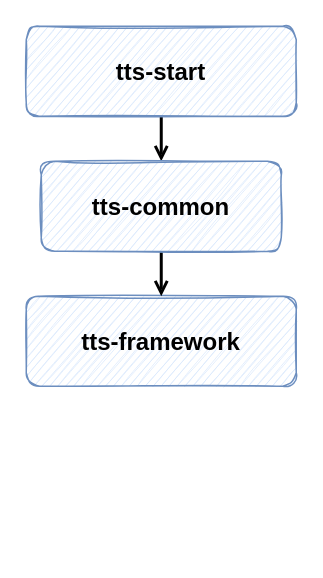
Before: images/新tts依赖关系.drawio in FangYuan33/transportation-track-system, a draw.io diagram. Source tidied: cells renumbered, new cells numbered last; positions are measured from the earlier drawing's top-left corner, leaving out a move shared by most shapes. Both pictures are drawn from the tidied source at 150%, with x=0, y=0 at pixel (26, 26).
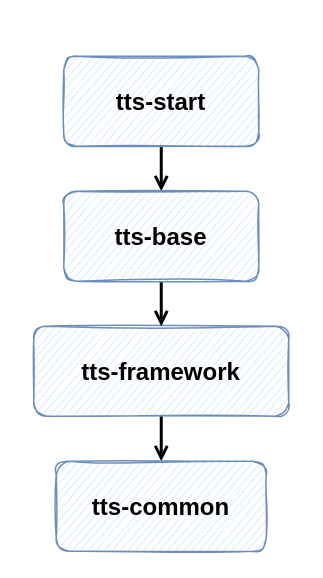
The same page after the edit.

Diff of the diagram source:
```diff
@@
 <mxGraphModel>
   <root>
     <mxCell id="0" />
     <mxCell id="1" parent="0" />
-    <mxCell id="2" style="edgeStyle=orthogonalEdgeStyle;rounded=0;jettySize=auto;html=1;strokeWidth=2;endArrow=open;endFill=0;" parent="1" edge="1" source="3" target="6">
-      <mxGeometry relative="1" as="geometry" />
-    </mxCell>
+    <mxCell id="7" style="edgeStyle=orthogonalEdgeStyle;rounded=0;jettySize=auto;html=1;strokeWidth=2;endArrow=open;endFill=0;" parent="1" edge="1" source="3" target="10">
+      <mxGeometry relative="1" as="geometry" />
+    </mxCell>
     <mxCell id="3" value="&lt;font style=&quot;font-size: 16px;&quot;&gt;&lt;b&gt;tts-start&lt;/b&gt;&lt;/font&gt;" style="rounded=1;whiteSpace=wrap;html=1;sketch=1;fillColor=#dae8fc;strokeColor=#6c8ebf;" parent="1" vertex="1">
-      <mxGeometry width="180" height="60" as="geometry" />
+      <mxGeometry x="25" y="20" width="130" height="60" as="geometry" />
     </mxCell>
+    <mxCell id="8" style="edgeStyle=orthogonalEdgeStyle;rounded=0;jettySize=auto;html=1;endArrow=open;endFill=0;strokeWidth=2;" parent="1" edge="1" source="4" target="6">
+      <mxGeometry relative="1" as="geometry" />
+    </mxCell>
     <mxCell id="4" value="&lt;font style=&quot;font-size: 16px;&quot;&gt;&lt;b&gt;tts-framework&lt;/b&gt;&lt;/font&gt;" style="rounded=1;whiteSpace=wrap;html=1;sketch=1;fillColor=#dae8fc;strokeColor=#6c8ebf;" parent="1" vertex="1">
-      <mxGeometry y="180" width="180" height="60" as="geometry" />
+      <mxGeometry x="5" y="200" width="170" height="60" as="geometry" />
     </mxCell>
-    <mxCell id="5" style="edgeStyle=orthogonalEdgeStyle;rounded=0;jettySize=auto;html=1;strokeWidth=2;endArrow=open;endFill=0;" parent="1" edge="1" source="6" target="4">
-      <mxGeometry relative="1" as="geometry" />
-    </mxCell>
     <mxCell id="6" value="&lt;font style=&quot;font-size: 16px;&quot;&gt;&lt;b&gt;tts-common&lt;/b&gt;&lt;/font&gt;" style="rounded=1;whiteSpace=wrap;html=1;sketch=1;fillColor=#dae8fc;strokeColor=#6c8ebf;" parent="1" vertex="1">
-      <mxGeometry x="10" y="90" width="160" height="60" as="geometry" />
+      <mxGeometry x="20" y="290" width="140" height="60" as="geometry" />
     </mxCell>
+    <mxCell id="9" style="edgeStyle=orthogonalEdgeStyle;rounded=0;jettySize=auto;html=1;strokeWidth=2;endArrow=open;endFill=0;" parent="1" edge="1" source="10" target="4">
+      <mxGeometry relative="1" as="geometry" />
+    </mxCell>
+    <mxCell id="10" value="&lt;font style=&quot;font-size: 16px;&quot;&gt;&lt;b&gt;tts-base&lt;/b&gt;&lt;/font&gt;" style="rounded=1;whiteSpace=wrap;html=1;sketch=1;fillColor=#dae8fc;strokeColor=#6c8ebf;" parent="1" vertex="1">
+      <mxGeometry x="25" y="110" width="130" height="60" as="geometry" />
+    </mxCell>
   </root>
 </mxGraphModel>
```
